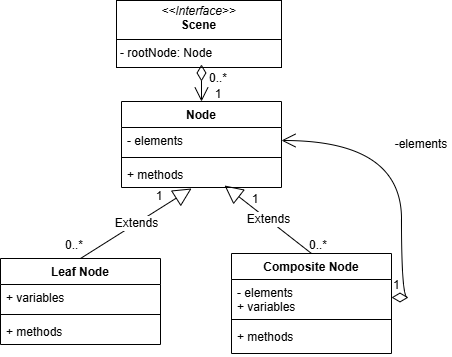
Before: deliverables/CompositeDP.drawio.png, a diagram exported from draw.io (NoomMiner/Echoes-of-Time). Source tidied: cells renumbered, new cells last; positions are measured from the earlier drawing's top-left corner, leaving out a move shared by most shapes.
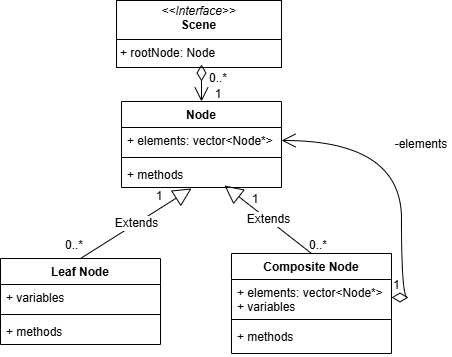
The same diagram one commit later.

Commit message:
Updating design pattern uml diagrams

The edit, as a diff of the source:
```diff
@@ -5,7 +5,7 @@
     <mxCell id="2" value="Node" style="swimlane;fontStyle=1;align=center;verticalAlign=top;horizontal=1;startSize=26;whiteSpace=wrap;html=1;" parent="1" vertex="1">
       <mxGeometry x="121" y="101" width="160" height="86" as="geometry" />
     </mxCell>
-    <mxCell id="3" value="- elements" style="text;strokeColor=none;fillColor=none;align=left;verticalAlign=top;spacingLeft=4;spacingRight=4;overflow=hidden;points=[[0,0.5],[1,0.5]];portConstraint=eastwest;whiteSpace=wrap;html=1;" parent="2" vertex="1">
+    <mxCell id="3" value="+ elements: vector&amp;lt;Node*&amp;gt;" style="text;strokeColor=none;fillColor=none;align=left;verticalAlign=top;spacingLeft=4;spacingRight=4;overflow=hidden;points=[[0,0.5],[1,0.5]];portConstraint=eastwest;whiteSpace=wrap;html=1;" parent="2" vertex="1">
       <mxGeometry y="26" width="160" height="26" as="geometry" />
     </mxCell>
     <mxCell id="4" style="line;strokeWidth=1;fillColor=none;align=left;verticalAlign=middle;spacingTop=-1;spacingLeft=3;spacingRight=3;labelPosition=right;strokeColor=inherit;" parent="2" vertex="1">
@@ -14,7 +14,7 @@
     <mxCell id="5" value="+ methods" style="text;strokeColor=none;fillColor=none;align=left;verticalAlign=top;spacingLeft=4;spacingRight=4;overflow=hidden;points=[[0,0.5],[1,0.5]];portConstraint=eastwest;whiteSpace=wrap;html=1;" parent="2" vertex="1">
       <mxGeometry y="60" width="160" height="26" as="geometry" />
     </mxCell>
-    <mxCell id="6" value="&lt;p style=&quot;margin:0px;margin-top:4px;text-align:center;&quot;&gt;&lt;i&gt;&amp;lt;&amp;lt;Interface&amp;gt;&amp;gt;&lt;/i&gt;&lt;br&gt;&lt;b&gt;Scene&lt;/b&gt;&lt;/p&gt;&lt;hr size=&quot;1&quot; style=&quot;border-style:solid;&quot;&gt;&lt;p style=&quot;margin:0px;margin-left:4px;&quot;&gt;&lt;/p&gt;&lt;p style=&quot;margin:0px;margin-left:4px;&quot;&gt;- rootNode: Node&lt;/p&gt;" style="verticalAlign=top;align=left;overflow=fill;html=1;whiteSpace=wrap;" parent="1" vertex="1">
+    <mxCell id="6" value="&lt;p style=&quot;margin:0px;margin-top:4px;text-align:center;&quot;&gt;&lt;i&gt;&amp;lt;&amp;lt;Interface&amp;gt;&amp;gt;&lt;/i&gt;&lt;br&gt;&lt;b&gt;Scene&lt;/b&gt;&lt;/p&gt;&lt;hr size=&quot;1&quot; style=&quot;border-style:solid;&quot;&gt;&lt;p style=&quot;margin:0px;margin-left:4px;&quot;&gt;&lt;/p&gt;&lt;p style=&quot;margin:0px;margin-left:4px;&quot;&gt;+ rootNode: Node&lt;/p&gt;" style="verticalAlign=top;align=left;overflow=fill;html=1;whiteSpace=wrap;" parent="1" vertex="1">
       <mxGeometry x="116" width="165" height="67" as="geometry" />
     </mxCell>
     <mxCell id="7" value="Leaf Node" style="swimlane;fontStyle=1;align=center;verticalAlign=top;horizontal=1;startSize=26;whiteSpace=wrap;html=1;" parent="1" vertex="1">
@@ -32,7 +32,7 @@
     <mxCell id="11" value="Composite Node" style="swimlane;fontStyle=1;align=center;verticalAlign=top;horizontal=1;startSize=26;whiteSpace=wrap;html=1;" parent="1" vertex="1">
       <mxGeometry x="231" y="253" width="160" height="100" as="geometry" />
     </mxCell>
-    <mxCell id="12" value="- elements&lt;div&gt;+ variables&lt;/div&gt;" style="text;strokeColor=none;fillColor=none;align=left;verticalAlign=top;spacingLeft=4;spacingRight=4;overflow=hidden;points=[[0,0.5],[1,0.5]];portConstraint=eastwest;whiteSpace=wrap;html=1;" parent="11" vertex="1">
+    <mxCell id="12" value="&lt;div&gt;+ elements: vector&amp;lt;Node*&amp;gt;&lt;/div&gt;&lt;div&gt;+ variables&lt;/div&gt;" style="text;strokeColor=none;fillColor=none;align=left;verticalAlign=top;spacingLeft=4;spacingRight=4;overflow=hidden;points=[[0,0.5],[1,0.5]];portConstraint=eastwest;whiteSpace=wrap;html=1;" parent="11" vertex="1">
       <mxGeometry y="26" width="160" height="36" as="geometry" />
     </mxCell>
     <mxCell id="13" style="line;strokeWidth=1;fillColor=none;align=left;verticalAlign=middle;spacingTop=-1;spacingLeft=3;spacingRight=3;labelPosition=right;strokeColor=inherit;" parent="11" vertex="1">
```
